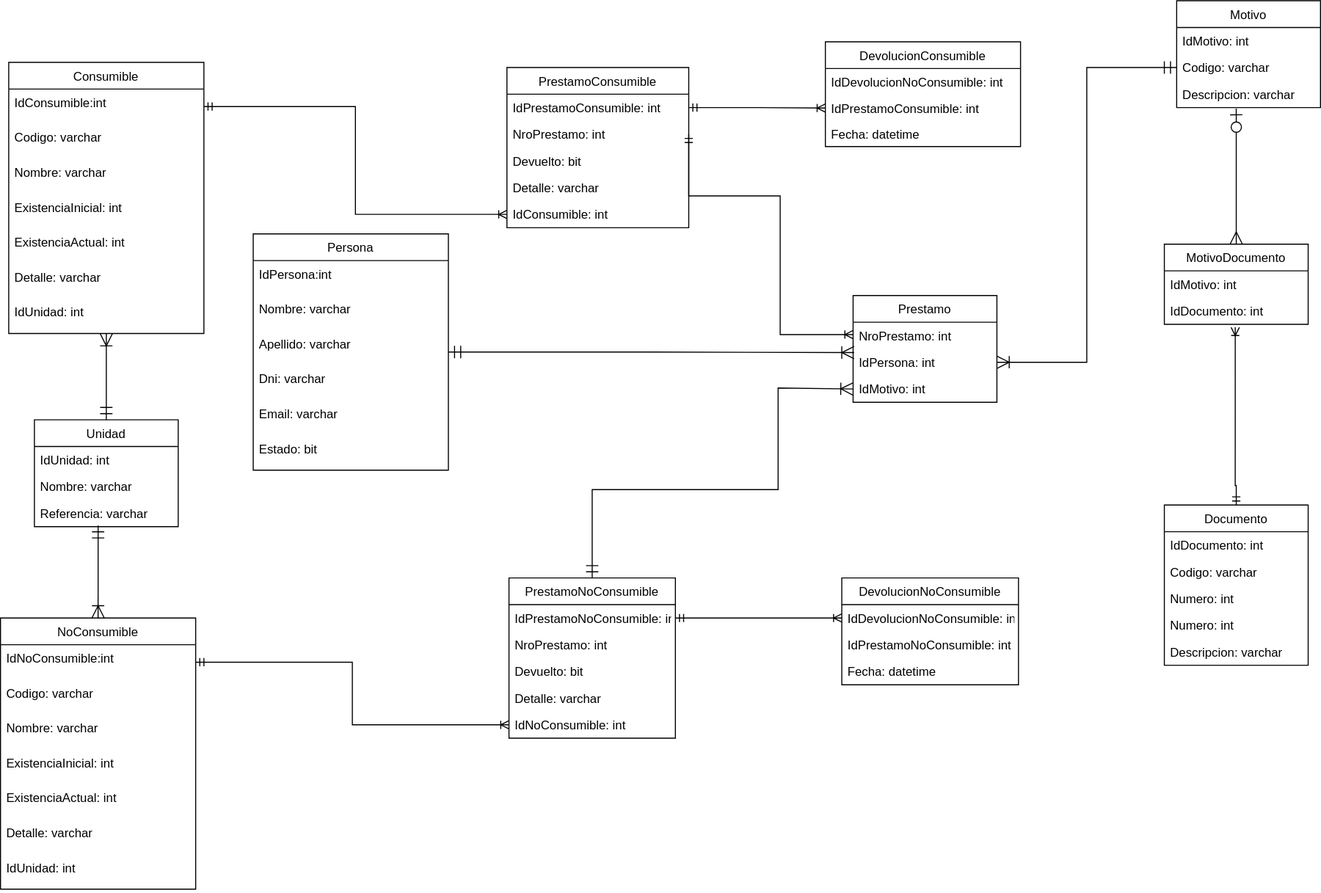
Before: deposito.drawio.svg, a diagram exported from draw.io (ET12DevOps/DepositoApp). Source tidied: cells renumbered, new cells last; positions are measured from the earlier drawing's top-left corner, leaving out a move shared by most shapes.
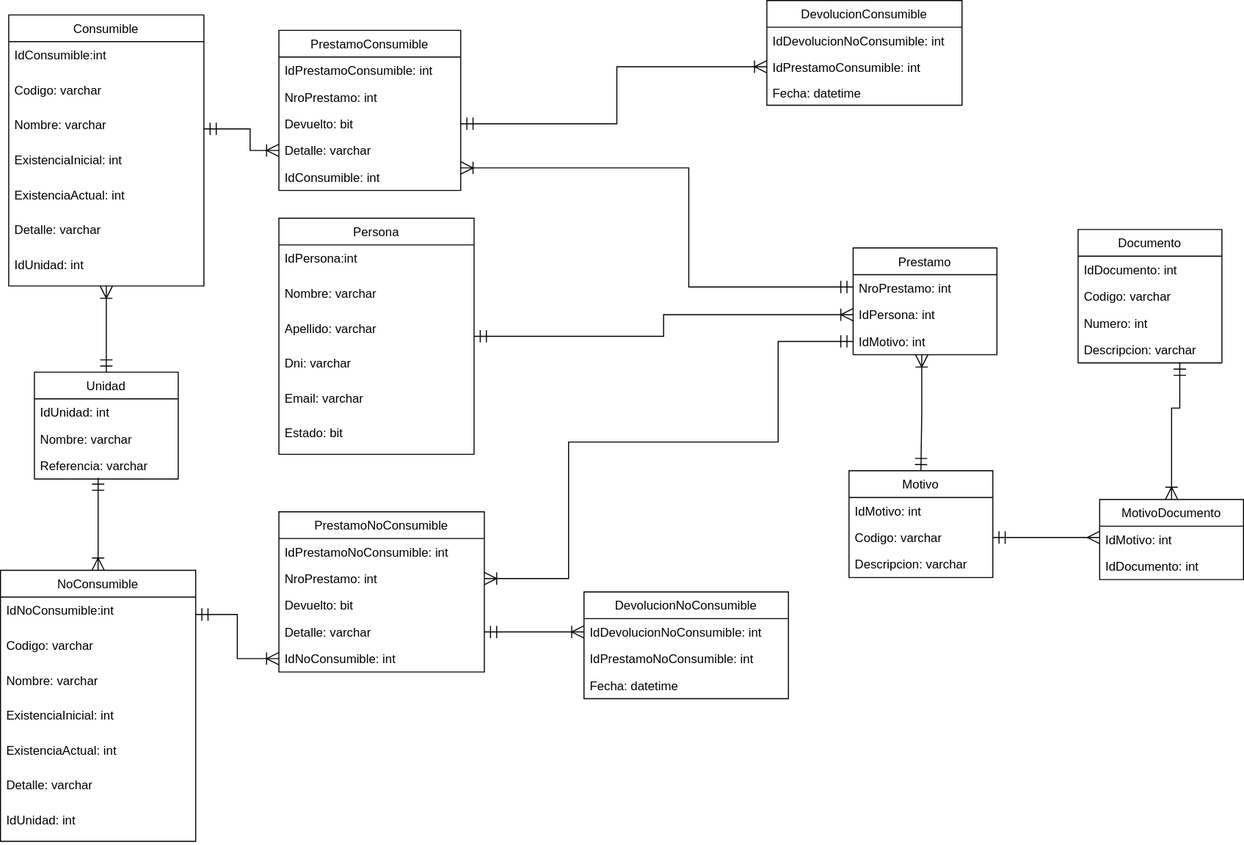
After the change.

What changed in the source:
```diff
@@ -65,11 +65,11 @@
     <mxCell id="22" value="IdUnidad: int" style="text;strokeColor=none;fillColor=none;align=left;verticalAlign=top;spacingLeft=4;spacingRight=4;overflow=hidden;" parent="15" vertex="1">
       <mxGeometry y="230" width="190" height="34" as="geometry" />
     </mxCell>
-    <mxCell id="23" style="edgeStyle=orthogonalEdgeStyle;rounded=0;jettySize=auto;html=1;entryX=0.007;entryY=0.138;entryDx=0;entryDy=0;entryPerimeter=0;endSize=10;startSize=10;endArrow=ERoneToMany;endFill=0;startArrow=ERmandOne;startFill=0;" parent="1" edge="1" source="24" target="46">
+    <mxCell id="23" style="edgeStyle=orthogonalEdgeStyle;rounded=0;jettySize=auto;html=1;entryX=0;entryY=0.5;entryDx=0;entryDy=0;endSize=10;startSize=10;endArrow=ERoneToMany;endFill=0;startArrow=ERmandOne;startFill=0;" parent="1" edge="1" source="24" target="46">
       <mxGeometry relative="1" as="geometry" />
     </mxCell>
     <mxCell id="24" value="Persona" style="swimlane;fontStyle=0;horizontal=1;startSize=26;" parent="1" vertex="1">
-      <mxGeometry x="246" y="227" width="190" height="230" as="geometry" />
+      <mxGeometry x="271" y="258" width="190" height="230" as="geometry" />
     </mxCell>
     <mxCell id="25" value="IdPersona:int" style="text;strokeColor=none;fillColor=none;align=left;verticalAlign=top;spacingLeft=4;spacingRight=4;overflow=hidden;" parent="24" vertex="1">
       <mxGeometry y="26" width="190" height="34" as="geometry" />
@@ -90,7 +90,7 @@
       <mxGeometry y="196" width="190" height="34" as="geometry" />
     </mxCell>
     <mxCell id="31" value="Motivo" style="swimlane;fontStyle=0;horizontal=1;startSize=26;" parent="1" vertex="1">
-      <mxGeometry x="1145" width="140" height="104" as="geometry" />
+      <mxGeometry x="826" y="504" width="140" height="104" as="geometry" />
     </mxCell>
     <mxCell id="32" value="IdMotivo: int" style="text;strokeColor=none;fillColor=none;align=left;verticalAlign=top;spacingLeft=4;spacingRight=4;overflow=hidden;" parent="31" vertex="1">
       <mxGeometry y="26" width="140" height="26" as="geometry" />
@@ -102,7 +102,7 @@
       <mxGeometry y="78" width="140" height="26" as="geometry" />
     </mxCell>
     <mxCell id="35" value="Documento" style="swimlane;fontStyle=0;horizontal=1;startSize=26;" parent="1" vertex="1">
-      <mxGeometry x="1133" y="491" width="140" height="156" as="geometry" />
+      <mxGeometry x="1049" y="269" width="140" height="130" as="geometry" />
     </mxCell>
     <mxCell id="36" value="IdDocumento: int" style="text;strokeColor=none;fillColor=none;align=left;verticalAlign=top;spacingLeft=4;spacingRight=4;overflow=hidden;" parent="35" vertex="1">
       <mxGeometry y="26" width="140" height="26" as="geometry" />
@@ -113,14 +113,11 @@
     <mxCell id="38" value="Numero: int" style="text;strokeColor=none;fillColor=none;align=left;verticalAlign=top;spacingLeft=4;spacingRight=4;overflow=hidden;" parent="35" vertex="1">
       <mxGeometry y="78" width="140" height="26" as="geometry" />
     </mxCell>
-    <mxCell id="39" value="Numero: int" style="text;strokeColor=none;fillColor=none;align=left;verticalAlign=top;spacingLeft=4;spacingRight=4;overflow=hidden;" parent="35" vertex="1">
-      <mxGeometry y="104" width="140" height="26" as="geometry" />
-    </mxCell>
     <mxCell id="40" value="Descripcion: varchar" style="text;strokeColor=none;fillColor=none;align=left;verticalAlign=top;spacingLeft=4;spacingRight=4;overflow=hidden;points=[[0,0.5],[1,0.5]];portConstraint=eastwest;" parent="35" vertex="1">
-      <mxGeometry y="130" width="140" height="26" as="geometry" />
+      <mxGeometry y="104" width="140" height="26" as="geometry" />
     </mxCell>
     <mxCell id="41" value="MotivoDocumento" style="swimlane;fontStyle=0;horizontal=1;startSize=26;" parent="1" vertex="1">
-      <mxGeometry x="1133" y="237" width="140" height="78" as="geometry" />
+      <mxGeometry x="1070" y="532" width="140" height="78" as="geometry" />
     </mxCell>
     <mxCell id="42" value="IdMotivo: int" style="text;strokeColor=none;fillColor=none;align=left;verticalAlign=top;spacingLeft=4;spacingRight=4;overflow=hidden;" parent="41" vertex="1">
       <mxGeometry y="26" width="140" height="26" as="geometry" />
@@ -140,35 +137,36 @@
     <mxCell id="47" value="IdMotivo: int" style="text;strokeColor=none;fillColor=none;align=left;verticalAlign=top;spacingLeft=4;spacingRight=4;overflow=hidden;points=[[0,0.5],[1,0.5]];portConstraint=eastwest;" parent="44" vertex="1">
       <mxGeometry y="78" width="140" height="26" as="geometry" />
     </mxCell>
-    <mxCell id="48" style="edgeStyle=orthogonalEdgeStyle;rounded=0;jettySize=auto;html=1;entryX=0;entryY=0.5;entryDx=0;entryDy=0;endSize=10;startSize=10;endArrow=ERoneToMany;endFill=0;startArrow=ERmandOne;startFill=0;" parent="1" edge="1" source="49" target="47">
+    <mxCell id="48" style="edgeStyle=orthogonalEdgeStyle;rounded=0;jettySize=auto;html=1;entryX=0;entryY=0.5;entryDx=0;entryDy=0;endSize=10;startSize=10;endArrow=ERmandOne;endFill=0;startArrow=ERoneToMany;startFill=0;exitX=1;exitY=0.5;exitDx=0;exitDy=0;" parent="1" edge="1" source="51" target="47">
       <mxGeometry relative="1" as="geometry">
         <Array as="points">
-          <mxPoint x="576" y="476" />
+          <mxPoint x="553" y="609" />
+          <mxPoint x="553" y="476" />
           <mxPoint x="757" y="476" />
-          <mxPoint x="757" y="377" />
+          <mxPoint x="757" y="378" />
         </Array>
       </mxGeometry>
     </mxCell>
     <mxCell id="49" value="PrestamoNoConsumible" style="swimlane;fontStyle=0;horizontal=1;startSize=26;" parent="1" vertex="1">
-      <mxGeometry x="495" y="562" width="162" height="156" as="geometry" />
+      <mxGeometry x="271" y="544" width="200" height="156" as="geometry" />
     </mxCell>
     <mxCell id="50" value="IdPrestamoNoConsumible: int" style="text;strokeColor=none;fillColor=none;align=left;verticalAlign=top;spacingLeft=4;spacingRight=4;overflow=hidden;points=[[0,0.5],[1,0.5]];portConstraint=eastwest;" parent="49" vertex="1">
-      <mxGeometry y="26" width="162" height="26" as="geometry" />
+      <mxGeometry y="26" width="200" height="26" as="geometry" />
     </mxCell>
     <mxCell id="51" value="NroPrestamo: int" style="text;strokeColor=none;fillColor=none;align=left;verticalAlign=top;spacingLeft=4;spacingRight=4;overflow=hidden;points=[[0,0.5],[1,0.5]];portConstraint=eastwest;" parent="49" vertex="1">
-      <mxGeometry y="52" width="162" height="26" as="geometry" />
+      <mxGeometry y="52" width="200" height="26" as="geometry" />
     </mxCell>
     <mxCell id="52" value="Devuelto: bit" style="text;strokeColor=none;fillColor=none;align=left;verticalAlign=top;spacingLeft=4;spacingRight=4;overflow=hidden;" parent="49" vertex="1">
-      <mxGeometry y="78" width="162" height="26" as="geometry" />
+      <mxGeometry y="78" width="200" height="26" as="geometry" />
     </mxCell>
     <mxCell id="53" value="Detalle: varchar" style="text;strokeColor=none;fillColor=none;align=left;verticalAlign=top;spacingLeft=4;spacingRight=4;overflow=hidden;points=[[0,0.5],[1,0.5]];portConstraint=eastwest;" parent="49" vertex="1">
-      <mxGeometry y="104" width="162" height="26" as="geometry" />
+      <mxGeometry y="104" width="200" height="26" as="geometry" />
     </mxCell>
     <mxCell id="54" value="IdNoConsumible: int&#10;" style="text;strokeColor=none;fillColor=none;align=left;verticalAlign=top;spacingLeft=4;spacingRight=4;overflow=hidden;points=[[0,0.5],[1,0.5]];portConstraint=eastwest;" parent="49" vertex="1">
-      <mxGeometry y="130" width="162" height="26" as="geometry" />
+      <mxGeometry y="130" width="200" height="26" as="geometry" />
     </mxCell>
     <mxCell id="55" value="PrestamoConsumible" style="swimlane;fontStyle=0;horizontal=1;startSize=26;" parent="1" vertex="1">
-      <mxGeometry x="493" y="65" width="177" height="156" as="geometry" />
+      <mxGeometry x="271" y="75" width="177" height="156" as="geometry" />
     </mxCell>
     <mxCell id="56" value="IdPrestamoConsumible: int" style="text;strokeColor=none;fillColor=none;align=left;verticalAlign=top;spacingLeft=4;spacingRight=4;overflow=hidden;points=[[0,0.5],[1,0.5]];portConstraint=eastwest;" parent="55" vertex="1">
       <mxGeometry y="26" width="177" height="26" as="geometry" />
@@ -186,19 +184,19 @@
       <mxGeometry y="130" width="177" height="26" as="geometry" />
     </mxCell>
     <mxCell id="61" value="DevolucionNoConsumible" style="swimlane;fontStyle=0;horizontal=1;startSize=26;" parent="1" vertex="1">
-      <mxGeometry x="819" y="562" width="172" height="104" as="geometry" />
+      <mxGeometry x="568" y="622" width="199" height="104" as="geometry" />
     </mxCell>
     <mxCell id="62" value="IdDevolucionNoConsumible: int" style="text;strokeColor=none;fillColor=none;align=left;verticalAlign=top;spacingLeft=4;spacingRight=4;overflow=hidden;points=[[0,0.5],[1,0.5]];portConstraint=eastwest;" parent="61" vertex="1">
-      <mxGeometry y="26" width="172" height="26" as="geometry" />
+      <mxGeometry y="26" width="199" height="26" as="geometry" />
     </mxCell>
     <mxCell id="63" value="IdPrestamoNoConsumible: int" style="text;strokeColor=none;fillColor=none;align=left;verticalAlign=top;spacingLeft=4;spacingRight=4;overflow=hidden;" parent="61" vertex="1">
-      <mxGeometry y="52" width="172" height="26" as="geometry" />
+      <mxGeometry y="52" width="199" height="26" as="geometry" />
     </mxCell>
     <mxCell id="64" value="Fecha: datetime" style="text;strokeColor=none;fillColor=none;align=left;verticalAlign=top;spacingLeft=4;spacingRight=4;overflow=hidden;" parent="61" vertex="1">
-      <mxGeometry y="78" width="172" height="26" as="geometry" />
+      <mxGeometry y="78" width="199" height="26" as="geometry" />
     </mxCell>
     <mxCell id="65" value="DevolucionConsumible" style="swimlane;fontStyle=0;horizontal=1;startSize=26;" parent="1" vertex="1">
-      <mxGeometry x="803" y="40" width="190" height="102" as="geometry" />
+      <mxGeometry x="746" y="46" width="190" height="102" as="geometry" />
     </mxCell>
     <mxCell id="66" value="IdDevolucionNoConsumible: int" style="text;strokeColor=none;fillColor=none;align=left;verticalAlign=top;spacingLeft=4;spacingRight=4;overflow=hidden;" parent="65" vertex="1">
       <mxGeometry y="26" width="190" height="26" as="geometry" />
@@ -212,41 +210,55 @@
     <mxCell id="69" style="edgeStyle=orthogonalEdgeStyle;rounded=0;jettySize=auto;html=1;entryX=0.443;entryY=0.962;entryDx=0;entryDy=0;exitX=0.5;exitY=0;exitDx=0;exitDy=0;endSize=10;startSize=10;startArrow=ERoneToMany;startFill=0;endArrow=ERmandOne;endFill=0;entryPerimeter=0;" parent="1" edge="1" source="15" target="14">
       <mxGeometry relative="1" as="geometry" />
     </mxCell>
-    <mxCell id="70" style="edgeStyle=orthogonalEdgeStyle;rounded=0;jettySize=auto;html=1;entryX=0.414;entryY=1.038;entryDx=0;entryDy=0;startArrow=ERmany;startFill=0;endArrow=ERzeroToOne;endFill=1;endSize=10;startSize=10;entryPerimeter=0;exitX=0.5;exitY=0;exitDx=0;exitDy=0;" parent="1" edge="1" source="41" target="34">
+    <mxCell id="70" style="edgeStyle=orthogonalEdgeStyle;rounded=0;jettySize=auto;html=1;startArrow=ERmany;startFill=0;endArrow=ERmandOne;endFill=0;endSize=10;startSize=10;" parent="1" edge="1" target="33">
       <mxGeometry relative="1" as="geometry">
+        <mxPoint x="1070" y="569" as="sourcePoint" />
         <Array as="points">
-          <mxPoint x="1203" y="112" />
+          <mxPoint x="1017" y="569" />
+          <mxPoint x="1017" y="569" />
         </Array>
       </mxGeometry>
     </mxCell>
-    <mxCell id="71" style="edgeStyle=orthogonalEdgeStyle;rounded=0;jettySize=auto;html=1;entryX=0;entryY=0.5;entryDx=0;entryDy=0;endSize=10;startSize=10;endArrow=ERmandOne;endFill=0;startArrow=ERoneToMany;startFill=0;" parent="1" edge="1" source="46" target="33">
+    <mxCell id="71" style="edgeStyle=orthogonalEdgeStyle;rounded=0;jettySize=auto;html=1;endSize=10;startSize=10;endArrow=ERmandOne;endFill=0;startArrow=ERoneToMany;startFill=0;exitX=0.477;exitY=1;exitDx=0;exitDy=0;exitPerimeter=0;" parent="1" edge="1" source="47" target="31">
       <mxGeometry relative="1" as="geometry" />
     </mxCell>
-    <mxCell id="72" style="edgeStyle=orthogonalEdgeStyle;rounded=0;jettySize=auto;html=1;exitX=1;exitY=0.5;exitDx=0;exitDy=0;entryX=0;entryY=0.5;entryDx=0;entryDy=0;endArrow=ERoneToMany;endFill=0;startArrow=ERmandOne;startFill=0;" parent="1" edge="1" source="56" target="67">
-      <mxGeometry relative="1" as="geometry" />
+    <mxCell id="72" style="edgeStyle=orthogonalEdgeStyle;rounded=0;jettySize=auto;html=1;exitX=1;exitY=0.5;exitDx=0;exitDy=0;entryX=0;entryY=0.5;entryDx=0;entryDy=0;endArrow=ERoneToMany;endFill=0;startArrow=ERmandOne;startFill=0;endSize=10;startSize=10;" parent="1" edge="1" source="58" target="67">
+      <mxGeometry relative="1" as="geometry">
+        <Array as="points">
+          <mxPoint x="600" y="166" />
+          <mxPoint x="658" y="111" />
+        </Array>
+      </mxGeometry>
     </mxCell>
-    <mxCell id="73" style="edgeStyle=orthogonalEdgeStyle;rounded=0;jettySize=auto;html=1;exitX=1;exitY=0.5;exitDx=0;exitDy=0;entryX=0;entryY=0.5;entryDx=0;entryDy=0;startArrow=ERmandOne;startFill=0;endArrow=ERoneToMany;endFill=0;" parent="1" edge="1" source="50" target="62">
+    <mxCell id="73" style="edgeStyle=orthogonalEdgeStyle;rounded=0;jettySize=auto;html=1;exitX=1;exitY=0.5;exitDx=0;exitDy=0;entryX=0;entryY=0.5;entryDx=0;entryDy=0;startArrow=ERmandOne;startFill=0;endArrow=ERoneToMany;endFill=0;endSize=10;startSize=10;" parent="1" edge="1" source="53" target="62">
       <mxGeometry relative="1" as="geometry" />
     </mxCell>
-    <mxCell id="74" style="edgeStyle=orthogonalEdgeStyle;rounded=0;jettySize=auto;html=1;exitX=1;exitY=0.5;exitDx=0;exitDy=0;entryX=0;entryY=0.5;entryDx=0;entryDy=0;startArrow=ERmandOne;startFill=0;endArrow=ERoneToMany;endFill=0;" parent="1" edge="1" source="16" target="54">
+    <mxCell id="74" style="edgeStyle=orthogonalEdgeStyle;rounded=0;jettySize=auto;html=1;exitX=1;exitY=0.5;exitDx=0;exitDy=0;entryX=0;entryY=0.5;entryDx=0;entryDy=0;startArrow=ERmandOne;startFill=0;endArrow=ERoneToMany;endFill=0;endSize=10;startSize=10;" parent="1" edge="1" source="16" target="54">
       <mxGeometry relative="1" as="geometry" />
     </mxCell>
-    <mxCell id="75" style="edgeStyle=orthogonalEdgeStyle;rounded=0;jettySize=auto;html=1;exitX=1;exitY=0.5;exitDx=0;exitDy=0;startArrow=ERmandOne;startFill=0;endArrow=ERoneToMany;endFill=0;" parent="1" edge="1" source="4" target="60">
-      <mxGeometry relative="1" as="geometry" />
+    <mxCell id="75" style="edgeStyle=orthogonalEdgeStyle;rounded=0;jettySize=auto;html=1;exitX=1;exitY=0.5;exitDx=0;exitDy=0;startArrow=ERmandOne;startFill=0;endArrow=ERoneToMany;endFill=0;endSize=10;startSize=10;entryX=0;entryY=0.5;entryDx=0;entryDy=0;" parent="1" edge="1" source="6" target="59">
+      <mxGeometry relative="1" as="geometry">
+        <Array as="points">
+          <mxPoint x="243" y="171" />
+          <mxPoint x="243" y="192" />
+        </Array>
+      </mxGeometry>
     </mxCell>
-    <mxCell id="76" style="edgeStyle=orthogonalEdgeStyle;rounded=0;jettySize=auto;html=1;exitX=1;exitY=0.5;exitDx=0;exitDy=0;startArrow=ERmandOne;startFill=0;endArrow=ERoneToMany;endFill=0;" parent="1" edge="1" source="57" target="45">
+    <mxCell id="76" style="edgeStyle=orthogonalEdgeStyle;rounded=0;jettySize=auto;html=1;startArrow=ERoneToMany;startFill=0;endArrow=ERmandOne;endFill=0;endSize=10;startSize=10;" parent="1" edge="1" target="45">
       <mxGeometry relative="1" as="geometry">
+        <mxPoint x="448" y="209" as="sourcePoint" />
         <Array as="points">
-          <mxPoint x="670" y="190" />
-          <mxPoint x="759" y="190" />
-          <mxPoint x="759" y="325" />
+          <mxPoint x="448" y="209" />
+          <mxPoint x="670" y="209" />
+          <mxPoint x="670" y="325" />
         </Array>
       </mxGeometry>
     </mxCell>
-    <mxCell id="77" style="edgeStyle=orthogonalEdgeStyle;rounded=0;jettySize=auto;html=1;startArrow=ERmandOne;startFill=0;endArrow=ERoneToMany;endFill=0;exitX=0.5;exitY=0;exitDx=0;exitDy=0;entryX=0.493;entryY=1.115;entryDx=0;entryDy=0;entryPerimeter=0;" parent="1" edge="1" source="35" target="43">
+    <mxCell id="77" style="edgeStyle=orthogonalEdgeStyle;rounded=0;jettySize=auto;html=1;startArrow=ERmandOne;startFill=0;endArrow=ERoneToMany;endFill=0;entryX=0.5;entryY=0;entryDx=0;entryDy=0;endSize=10;startSize=10;exitX=0.707;exitY=1;exitDx=0;exitDy=0;exitPerimeter=0;" parent="1" edge="1" source="40" target="41">
       <mxGeometry relative="1" as="geometry">
         <Array as="points">
-          <mxPoint x="1202" y="472" />
+          <mxPoint x="1148" y="443" />
+          <mxPoint x="1140" y="443" />
         </Array>
       </mxGeometry>
     </mxCell>
```
